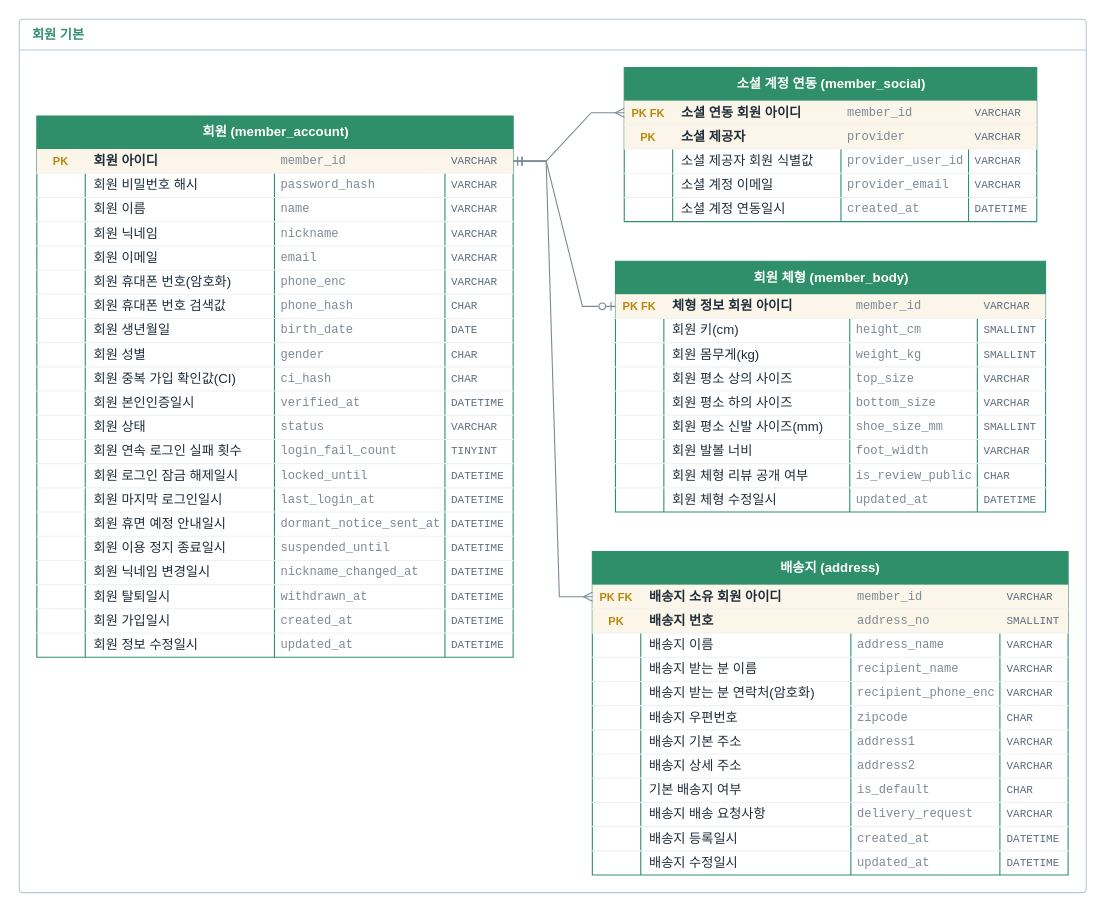
This is page "고객" (2 of 2) of docs/erd.drawio from jjonong/fashion-shoppingmall, a draw.io file, before an edit. Source tidied: cells renumbered, new cells numbered last; positions are measured from the earlier drawing's top-left corner, leaving out a move shared by most shapes. Both pictures are drawn from the tidied source at 110%, with x=0, y=0 at pixel (19, 19).
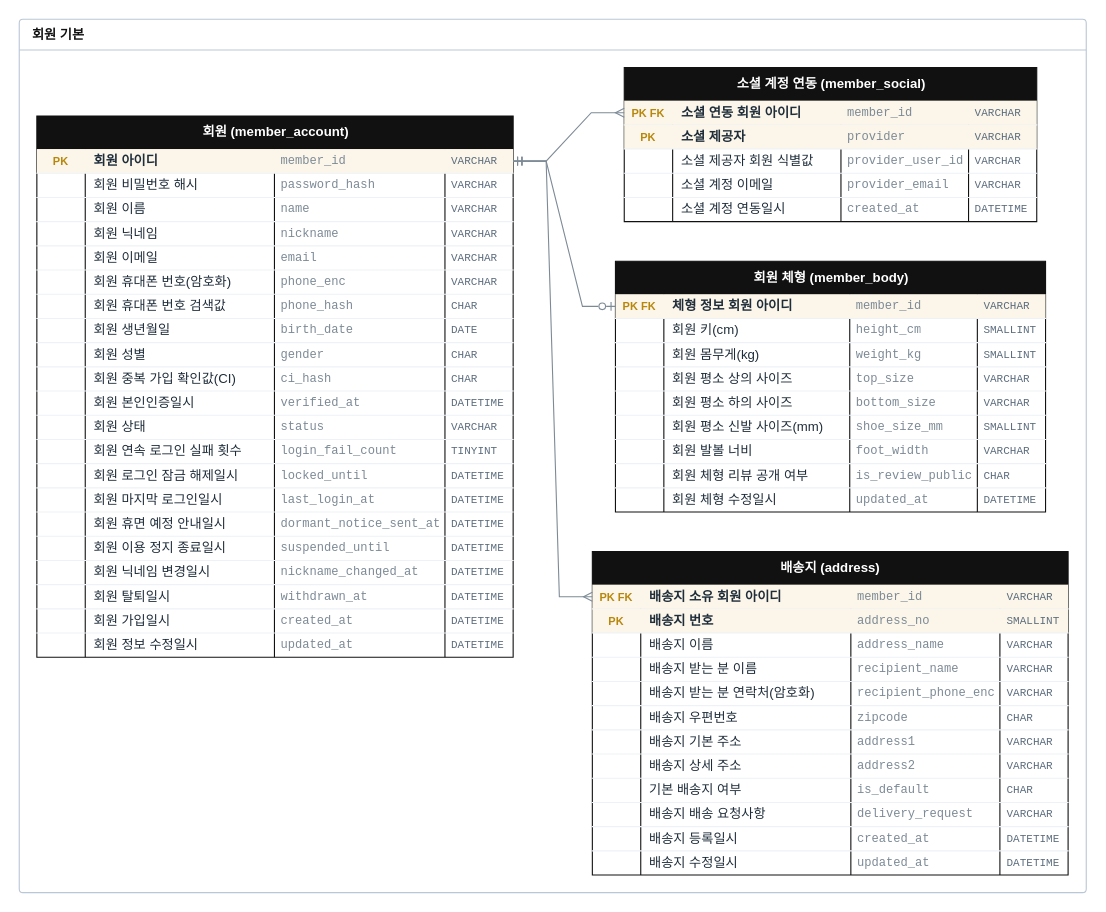
The same diagram, later.

Diff of the diagram source:
```diff
@@
-    <mxCell id="2" value="회원 기본" style="swimlane;startSize=28;rounded=1;arcSize=4;fillColor=none;swimlaneFillColor=none;strokeColor=#b9c7d6;fontColor=#2f8f6b;fontStyle=1;align=left;spacingLeft=10;html=1;" parent="1" vertex="1">
+    <mxCell id="2" value="회원 기본" style="swimlane;startSize=28;rounded=1;arcSize=4;fillColor=none;swimlaneFillColor=none;strokeColor=#b9c7d6;fontColor=#111111;fontStyle=1;align=left;spacingLeft=10;html=1;" parent="1" vertex="1">
       <mxGeometry width="970" height="794" as="geometry" />
     </mxCell>
-    <mxCell id="3" value="회원 (member_account)" style="shape=table;startSize=30;childLayout=tableLayout;rowLines=0;fontStyle=1;align=center;html=1;fillColor=#2f8f6b;fontColor=#ffffff;strokeColor=#2f8f6b;swimlaneFillColor=#ffffff;" parent="2" vertex="1">
+    <mxCell id="3" value="회원 (member_account)" style="shape=table;startSize=30;childLayout=tableLayout;rowLines=0;fontStyle=1;align=center;html=1;fillColor=#111111;fontColor=#ffffff;strokeColor=#111111;swimlaneFillColor=#ffffff;" parent="2" vertex="1">
       <mxGeometry x="16" y="88" width="433" height="492" as="geometry" />
     </mxCell>
@@
-    <mxCell id="109" value="소셜 계정 연동 (member_social)" style="shape=table;startSize=30;childLayout=tableLayout;rowLines=0;fontStyle=1;align=center;html=1;fillColor=#2f8f6b;fontColor=#ffffff;strokeColor=#2f8f6b;swimlaneFillColor=#ffffff;" parent="2" vertex="1">
+    <mxCell id="109" value="소셜 계정 연동 (member_social)" style="shape=table;startSize=30;childLayout=tableLayout;rowLines=0;fontStyle=1;align=center;html=1;fillColor=#111111;fontColor=#ffffff;strokeColor=#111111;swimlaneFillColor=#ffffff;" parent="2" vertex="1">
       <mxGeometry x="550" y="44" width="375" height="140" as="geometry" />
     </mxCell>
@@
-    <mxCell id="135" value="회원 체형 (member_body)" style="shape=table;startSize=30;childLayout=tableLayout;rowLines=0;fontStyle=1;align=center;html=1;fillColor=#2f8f6b;fontColor=#ffffff;strokeColor=#2f8f6b;swimlaneFillColor=#ffffff;" parent="2" vertex="1">
+    <mxCell id="135" value="회원 체형 (member_body)" style="shape=table;startSize=30;childLayout=tableLayout;rowLines=0;fontStyle=1;align=center;html=1;fillColor=#111111;fontColor=#ffffff;strokeColor=#111111;swimlaneFillColor=#ffffff;" parent="2" vertex="1">
       <mxGeometry x="542" y="220" width="391" height="228" as="geometry" />
     </mxCell>
@@
-    <mxCell id="181" value="배송지 (address)" style="shape=table;startSize=30;childLayout=tableLayout;rowLines=0;fontStyle=1;align=center;html=1;fillColor=#2f8f6b;fontColor=#ffffff;strokeColor=#2f8f6b;swimlaneFillColor=#ffffff;" parent="2" vertex="1">
+    <mxCell id="181" value="배송지 (address)" style="shape=table;startSize=30;childLayout=tableLayout;rowLines=0;fontStyle=1;align=center;html=1;fillColor=#111111;fontColor=#ffffff;strokeColor=#111111;swimlaneFillColor=#ffffff;" parent="2" vertex="1">
       <mxGeometry x="521" y="484" width="432.5" height="294" as="geometry" />
     </mxCell>
```
